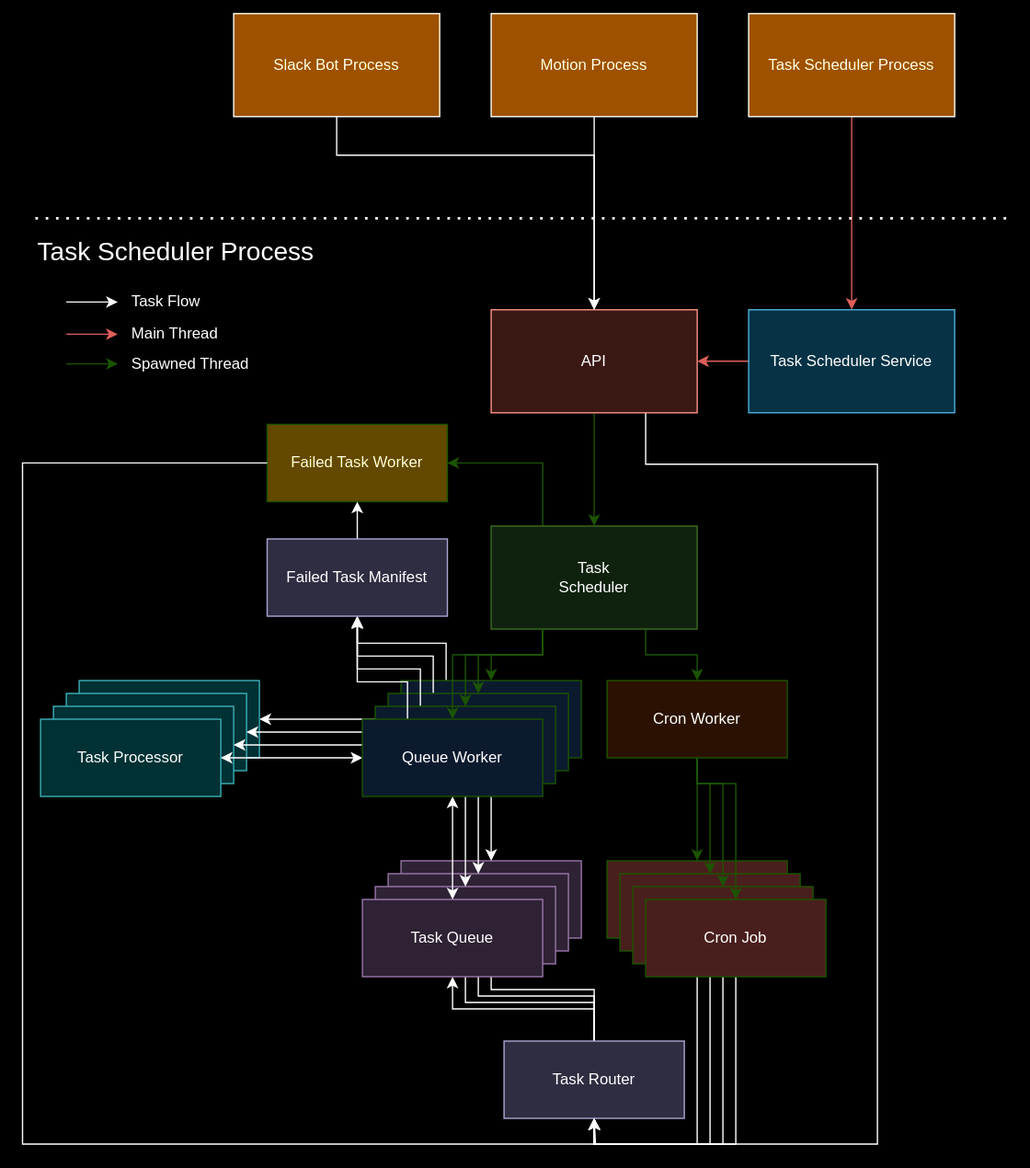
This is pi_portal/modules/tasks/markdown/task_scheduler_overview.svg from PI-Portal/pi_portal, a draw.io export, as it was before one commit. Source tidied: cells renumbered, new cells last; positions are measured from the earlier drawing's top-left corner, leaving out a move shared by most shapes.
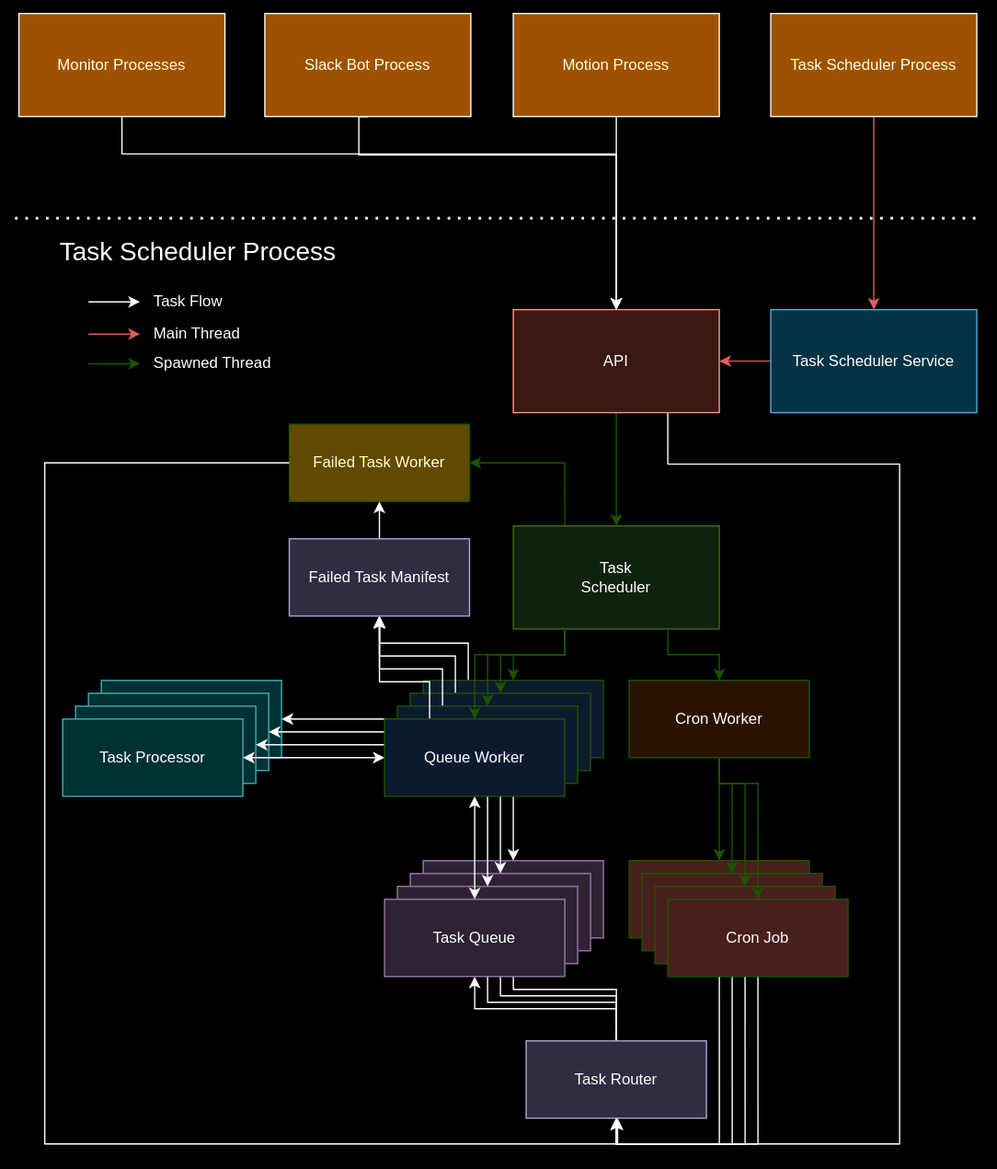
Later version of the same file.

Commit message:
refactor(GPIO): chat messages via task scheduler

The edit, as a diff of the source:
```diff
@@ -247,7 +247,7 @@
       </mxGeometry>
     </mxCell>
     <mxCell id="57" value="Slack Bot Process" style="rounded=0;whiteSpace=wrap;html=1;fillColor=#f0a30a;strokeColor=#000000;fontColor=#000000;" parent="1" vertex="1">
-      <mxGeometry x="164" width="160" height="80" as="geometry" />
+      <mxGeometry x="171" width="160" height="80" as="geometry" />
     </mxCell>
     <mxCell id="58" style="edgeStyle=orthogonalEdgeStyle;rounded=0;jettySize=auto;html=1;exitX=0.5;exitY=1;exitDx=0;exitDy=0;strokeColor=#EA6B66;" parent="1" edge="1" source="59" target="63">
       <mxGeometry relative="1" as="geometry" />
@@ -257,8 +257,8 @@
     </mxCell>
     <mxCell id="60" style="endArrow=none;dashed=1;html=1;dashPattern=1 3;strokeWidth=2;rounded=0;" parent="1" edge="1">
       <mxGeometry relative="1" as="geometry">
-        <mxPoint x="10" y="159" as="sourcePoint" />
-        <mxPoint x="770" y="159" as="targetPoint" />
+        <mxPoint x="-23" y="159" as="sourcePoint" />
+        <mxPoint x="727" y="159" as="targetPoint" />
       </mxGeometry>
     </mxCell>
     <mxCell id="61" value="Task Scheduler Process" style="text;html=1;strokeColor=none;fillColor=none;align=left;verticalAlign=middle;whiteSpace=wrap;rounded=0;fontSize=20;" parent="1" vertex="1">
@@ -315,5 +315,16 @@
     <mxCell id="73" value="Failed Task Manifest" style="rounded=0;whiteSpace=wrap;html=1;fillColor=#d0cee2;strokeColor=#56517e;" parent="1" vertex="1">
       <mxGeometry x="190" y="408" width="140" height="60" as="geometry" />
     </mxCell>
+    <mxCell id="74" style="edgeStyle=orthogonalEdgeStyle;rounded=0;jettySize=auto;html=1;exitX=0.5;exitY=1;exitDx=0;exitDy=0;" parent="1" edge="1" source="75" target="53">
+      <mxGeometry relative="1" as="geometry">
+        <Array as="points">
+          <mxPoint x="60" y="109" />
+          <mxPoint x="444" y="109" />
+        </Array>
+      </mxGeometry>
+    </mxCell>
+    <mxCell id="75" value="Monitor Processes" style="rounded=0;whiteSpace=wrap;html=1;fillColor=#f0a30a;strokeColor=#000000;fontColor=#000000;" parent="1" vertex="1">
+      <mxGeometry x="-20" width="160" height="80" as="geometry" />
+    </mxCell>
   </root>
 </mxGraphModel>
```
